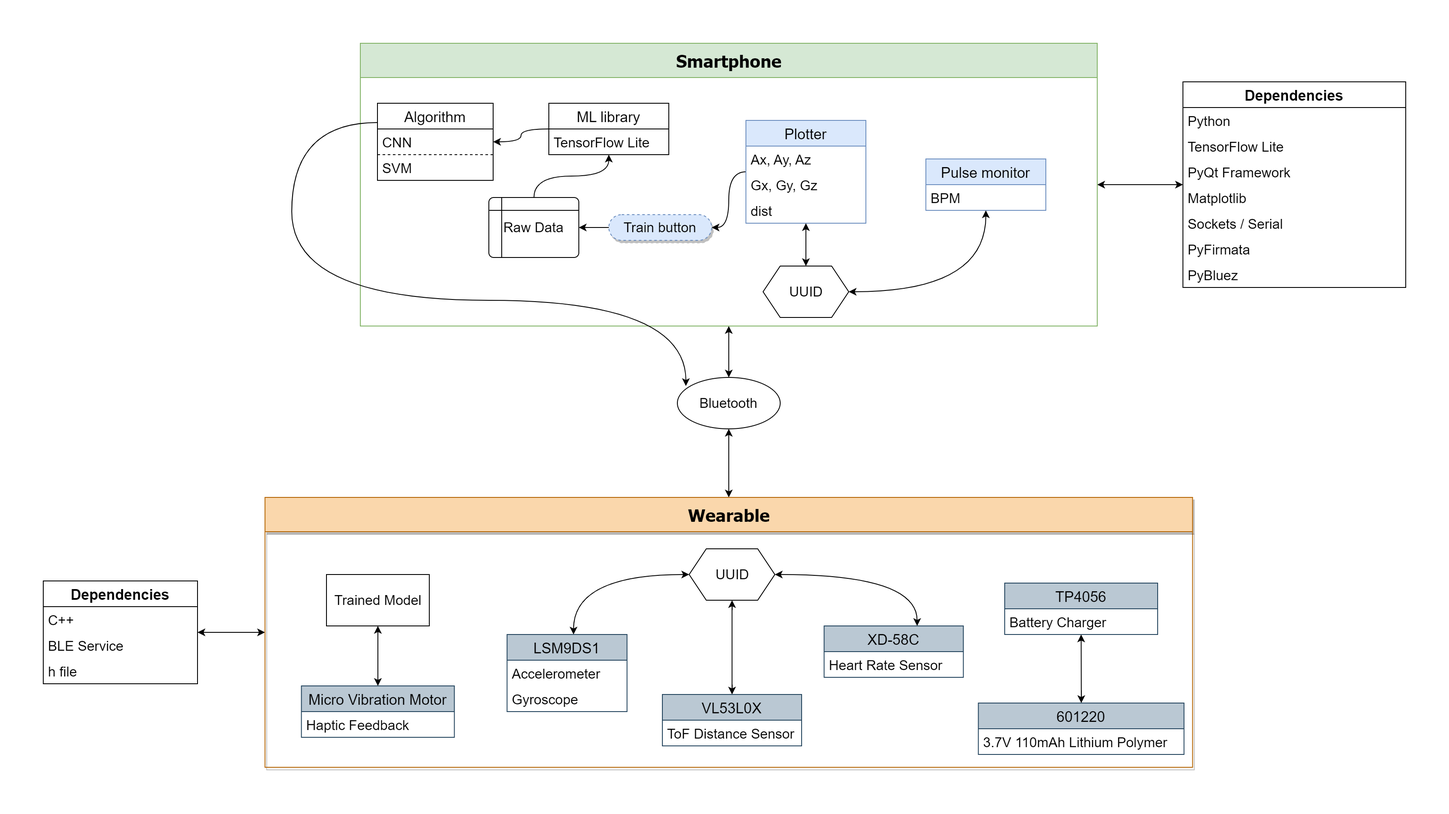
Before: Documents/Images/capsule_diagram.png, a diagram exported from draw.io (xtnctx/BFRBSys). Source tidied: cells renumbered, new cells last; positions are measured from the earlier drawing's top-left corner, leaving out a move shared by most shapes.
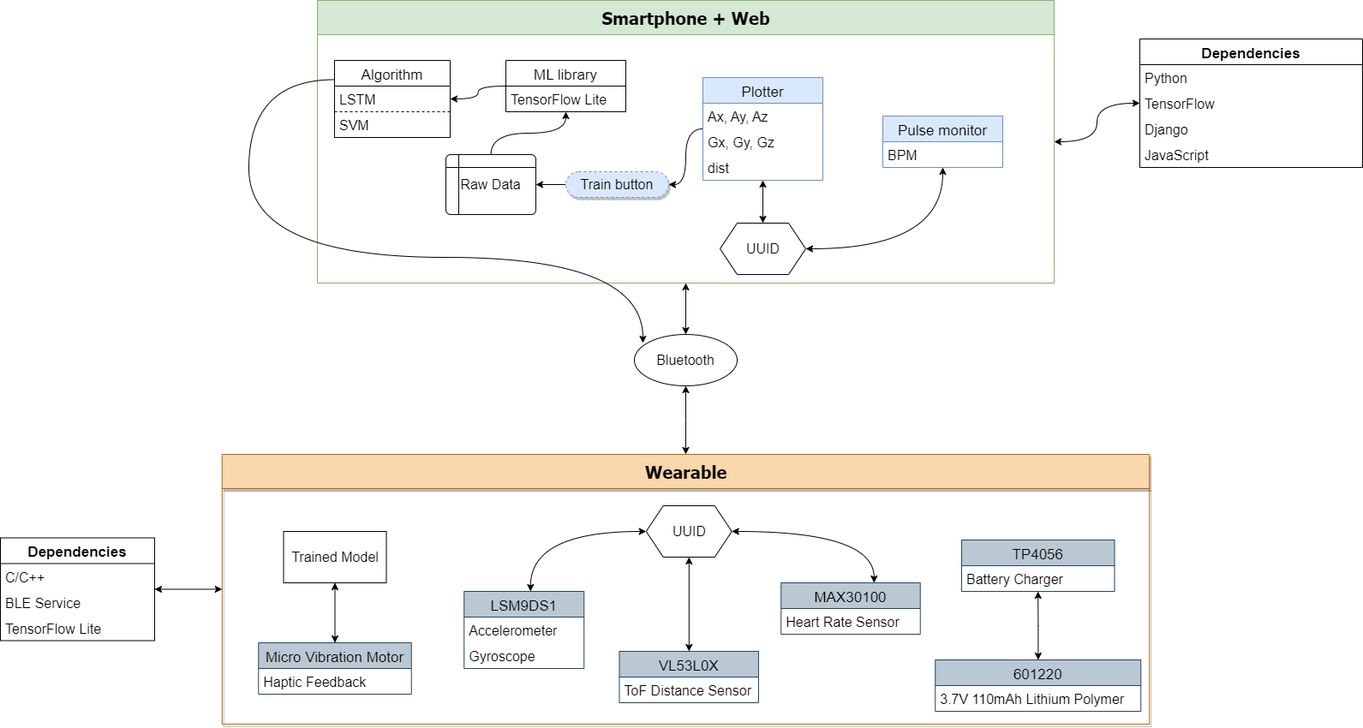
The same file after the commit.

Diff of the diagram source:
```diff
@@ -6,29 +6,20 @@
       <mxGeometry relative="1" as="geometry" />
     </mxCell>
     <mxCell id="3" value="Dependencies" style="swimlane;fontStyle=1;horizontal=1;startSize=30;fontSize=17;" parent="1" vertex="1">
-      <mxGeometry x="1330" y="45" width="260" height="240" as="geometry" />
+      <mxGeometry x="1330" y="45" width="260" height="150" as="geometry" />
     </mxCell>
     <mxCell id="4" value="Python" style="text;strokeColor=none;fillColor=none;align=left;verticalAlign=middle;spacingLeft=4;spacingRight=4;overflow=hidden;fontSize=16;" parent="3" vertex="1">
       <mxGeometry y="30" width="260" height="30" as="geometry" />
     </mxCell>
-    <mxCell id="5" value="TensorFlow Lite" style="text;strokeColor=none;fillColor=none;align=left;verticalAlign=middle;spacingLeft=4;spacingRight=4;overflow=hidden;fontSize=16;" parent="3" vertex="1">
+    <mxCell id="5" value="TensorFlow" style="text;strokeColor=none;fillColor=none;align=left;verticalAlign=middle;spacingLeft=4;spacingRight=4;overflow=hidden;fontSize=16;" parent="3" vertex="1">
       <mxGeometry y="60" width="260" height="30" as="geometry" />
     </mxCell>
-    <mxCell id="6" value="PyQt Framework" style="text;strokeColor=none;fillColor=none;align=left;verticalAlign=middle;spacingLeft=4;spacingRight=4;overflow=hidden;fontSize=16;" parent="3" vertex="1">
+    <mxCell id="6" value="Django" style="text;strokeColor=none;fillColor=none;align=left;verticalAlign=middle;spacingLeft=4;spacingRight=4;overflow=hidden;fontSize=16;" parent="3" vertex="1">
       <mxGeometry y="90" width="260" height="30" as="geometry" />
     </mxCell>
-    <mxCell id="7" value="Matplotlib" style="text;strokeColor=none;fillColor=none;align=left;verticalAlign=middle;spacingLeft=4;spacingRight=4;overflow=hidden;fontSize=16;" parent="3" vertex="1">
+    <mxCell id="7" value="JavaScript" style="text;strokeColor=none;fillColor=none;align=left;verticalAlign=middle;spacingLeft=4;spacingRight=4;overflow=hidden;fontSize=16;" parent="3" vertex="1">
       <mxGeometry y="120" width="260" height="30" as="geometry" />
     </mxCell>
-    <mxCell id="8" value="Sockets / Serial" style="text;strokeColor=none;fillColor=none;align=left;verticalAlign=middle;spacingLeft=4;spacingRight=4;overflow=hidden;fontSize=16;" parent="3" vertex="1">
-      <mxGeometry y="150" width="260" height="30" as="geometry" />
-    </mxCell>
-    <mxCell id="9" value="PyFirmata" style="text;strokeColor=none;fillColor=none;align=left;verticalAlign=middle;spacingLeft=4;spacingRight=4;overflow=hidden;fontSize=16;" parent="3" vertex="1">
-      <mxGeometry y="180" width="260" height="30" as="geometry" />
-    </mxCell>
-    <mxCell id="10" value="PyBluez" style="text;strokeColor=none;fillColor=none;align=left;verticalAlign=middle;spacingLeft=4;spacingRight=4;overflow=hidden;fontSize=16;" parent="3" vertex="1">
-      <mxGeometry y="210" width="260" height="30" as="geometry" />
-    </mxCell>
     <mxCell id="11" style="edgeStyle=orthogonalEdgeStyle;curved=1;rounded=0;jettySize=auto;html=1;startArrow=classic;startFill=1;endArrow=classic;endFill=1;elbow=vertical;" parent="1" edge="1" source="12">
       <mxGeometry relative="1" as="geometry">
         <mxPoint x="800" y="330" as="targetPoint" />
@@ -37,7 +28,7 @@
     <mxCell id="12" value="Bluetooth" style="ellipse;whiteSpace=wrap;html=1;fontSize=16;" parent="1" vertex="1">
       <mxGeometry x="740" y="390" width="120" height="60" as="geometry" />
     </mxCell>
-    <mxCell id="13" value="Smartphone" style="swimlane;strokeWidth=1;fillColor=#d5e8d4;strokeColor=#82b366;startSize=40;fontSize=20;fontStyle=1;html=1;fontFamily=Tahoma;" parent="1" vertex="1">
+    <mxCell id="13" value="Smartphone + Web" style="swimlane;strokeWidth=1;fillColor=#d5e8d4;strokeColor=#82b366;startSize=40;fontSize=20;fontStyle=1;html=1;fontFamily=Tahoma;" parent="1" vertex="1">
       <mxGeometry x="370" width="860" height="330" as="geometry" />
     </mxCell>
     <mxCell id="14" style="edgeStyle=orthogonalEdgeStyle;curved=1;rounded=0;jettySize=auto;html=1;elbow=vertical;" parent="13" edge="1" source="15" target="26">
@@ -85,7 +76,7 @@
     <mxCell id="28" value="Algorithm" style="swimlane;fontStyle=0;horizontal=1;startSize=30;fontSize=17;" parent="13" vertex="1">
       <mxGeometry x="20" y="70" width="135" height="90" as="geometry" />
     </mxCell>
-    <mxCell id="29" value="CNN" style="text;strokeColor=none;fillColor=none;align=left;verticalAlign=middle;spacingLeft=4;spacingRight=4;overflow=hidden;fontSize=16;" parent="28" vertex="1">
+    <mxCell id="29" value="LSTM" style="text;strokeColor=none;fillColor=none;align=left;verticalAlign=middle;spacingLeft=4;spacingRight=4;overflow=hidden;fontSize=16;" parent="28" vertex="1">
       <mxGeometry y="30" width="135" height="30" as="geometry" />
     </mxCell>
     <mxCell id="30" value="SVM" style="text;strokeColor=default;fillColor=none;align=left;verticalAlign=middle;spacingLeft=4;spacingRight=4;overflow=hidden;dashed=1;fontSize=16;" parent="28" vertex="1">
@@ -150,7 +141,7 @@
         </Array>
       </mxGeometry>
     </mxCell>
-    <mxCell id="46" value="XD-58C" style="swimlane;fontStyle=0;horizontal=1;startSize=30;fillColor=#bac8d3;strokeColor=#23445d;fontSize=17;" parent="37" vertex="1">
+    <mxCell id="46" value="MAX30100" style="swimlane;fontStyle=0;horizontal=1;startSize=30;fillColor=#bac8d3;strokeColor=#23445d;fontSize=17;" parent="37" vertex="1">
       <mxGeometry x="652.5" y="150" width="162.5" height="60" as="geometry" />
     </mxCell>
     <mxCell id="47" value="Heart Rate Sensor" style="text;strokeColor=none;fillColor=none;align=left;verticalAlign=middle;spacingLeft=4;spacingRight=4;overflow=hidden;fontSize=16;" parent="46" vertex="1">
@@ -189,13 +180,13 @@
     <mxCell id="58" value="Dependencies" style="swimlane;fontStyle=1;horizontal=1;startSize=30;fontSize=17;" parent="1" vertex="1">
       <mxGeometry y="627.5" width="180" height="120" as="geometry" />
     </mxCell>
-    <mxCell id="59" value="C++" style="text;strokeColor=none;fillColor=none;align=left;verticalAlign=middle;spacingLeft=4;spacingRight=4;overflow=hidden;fontSize=16;" parent="58" vertex="1">
+    <mxCell id="59" value="C/C++" style="text;strokeColor=none;fillColor=none;align=left;verticalAlign=middle;spacingLeft=4;spacingRight=4;overflow=hidden;fontSize=16;" parent="58" vertex="1">
       <mxGeometry y="30" width="180" height="30" as="geometry" />
     </mxCell>
     <mxCell id="60" value="BLE Service" style="text;strokeColor=none;fillColor=none;align=left;verticalAlign=middle;spacingLeft=4;spacingRight=4;overflow=hidden;fontSize=16;" parent="58" vertex="1">
       <mxGeometry y="60" width="180" height="30" as="geometry" />
     </mxCell>
-    <mxCell id="61" value="h file" style="text;strokeColor=none;fillColor=none;align=left;verticalAlign=middle;spacingLeft=4;spacingRight=4;overflow=hidden;fontSize=16;" parent="58" vertex="1">
+    <mxCell id="61" value="TensorFlow Lite" style="text;strokeColor=none;fillColor=none;align=left;verticalAlign=middle;spacingLeft=4;spacingRight=4;overflow=hidden;fontSize=16;" parent="58" vertex="1">
       <mxGeometry y="90" width="180" height="30" as="geometry" />
     </mxCell>
   </root>
```
